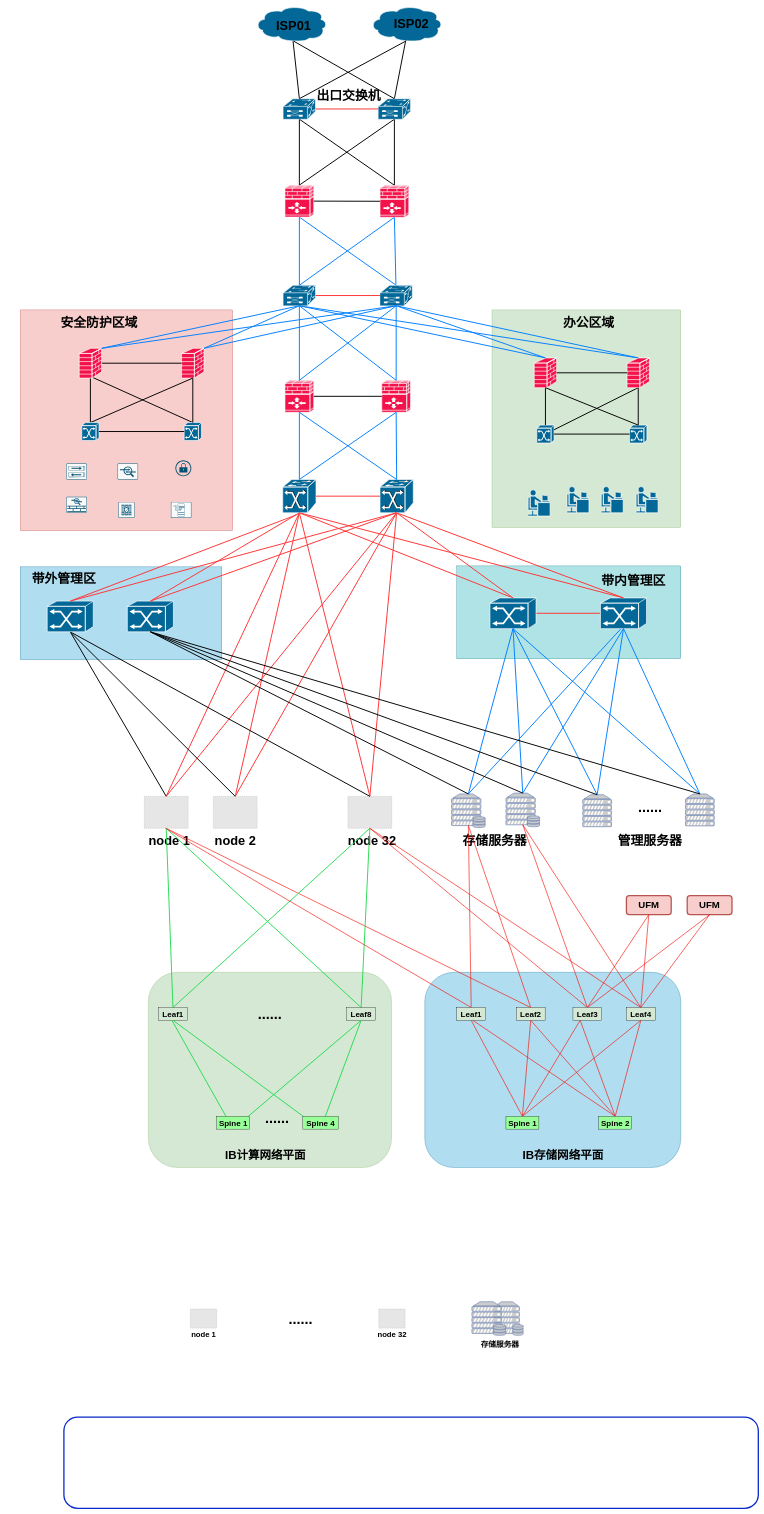
This is 数据中心组网-32nodes-包括IB整体组网 的副本.drawio from hel-2000/network-draw, a draw.io file, before an edit. Source tidied: cells renumbered, new cells numbered last; positions are measured from the earlier drawing's top-left corner, leaving out a move shared by most shapes. Both pictures are drawn from the tidied source at 32%, with x=0, y=0 at pixel (5, 6). Pictures stored in the file or linked from it are replaced by grey dashed boxes.
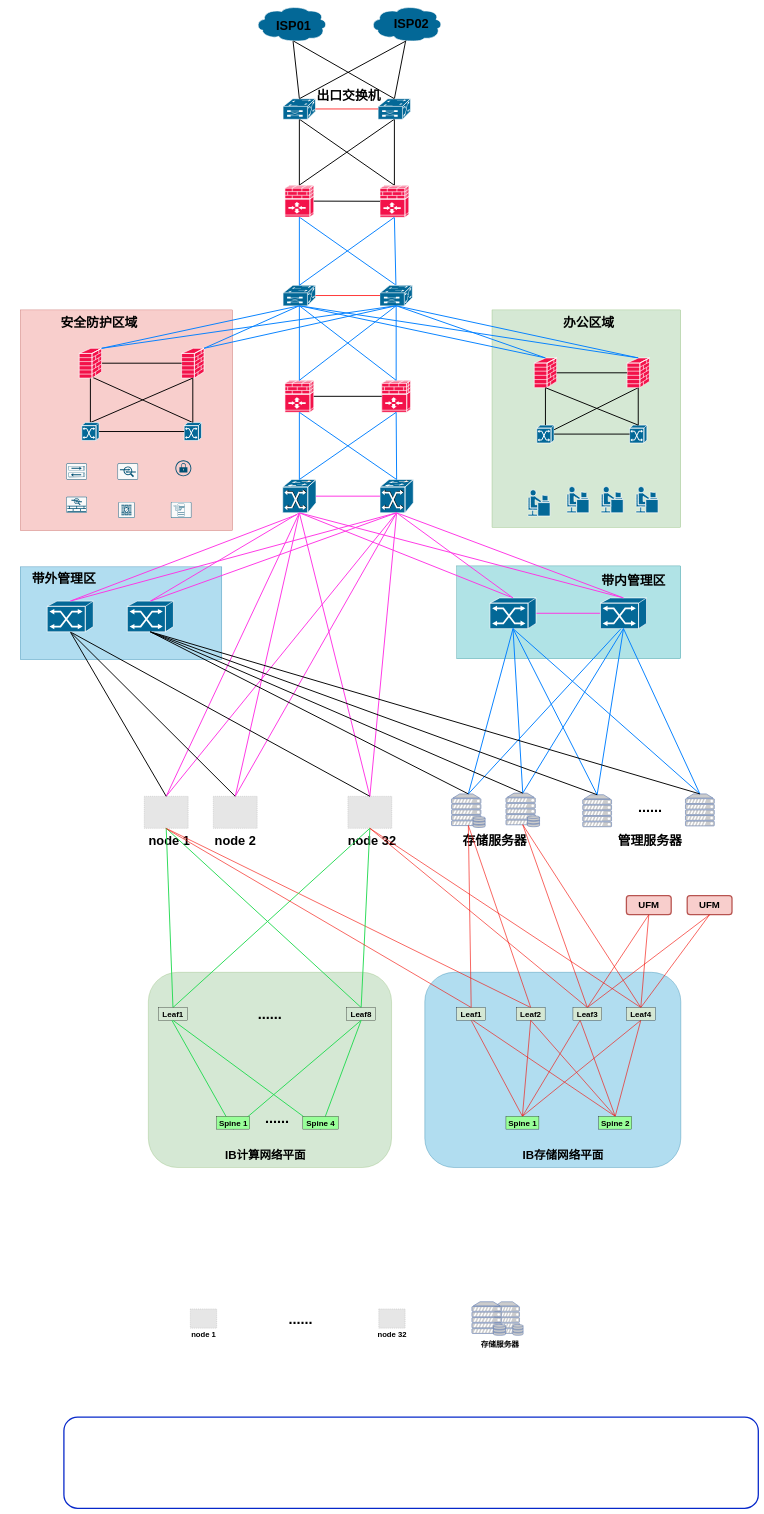
Above is the later version.

Commit message:
更新数据中心组网-32nodes-包括IB整体组网.drawio

The change refers to these unchanged cells:
```xml
<mxCell id="12" style="shape=mxgraph.cisco.switches.atm_fast_gigabit_etherswitch;sketch=0;html=1;dashed=0;fillColor=#036897;strokeColor=#ffffff;strokeWidth=2;verticalLabelPosition=bottom;verticalAlign=top;align=center;outlineConnect=0;" parent="1" vertex="1">
  <mxGeometry x="866" y="1480" width="104" height="104" as="geometry" />
</mxCell>
<mxCell id="22" style="shape=mxgraph.cisco.switches.atm_switch;sketch=0;html=1;dashed=0;fillColor=#036897;strokeColor=#ffffff;strokeWidth=2;verticalLabelPosition=bottom;verticalAlign=top;align=center;outlineConnect=0;" parent="1" vertex="1">
  <mxGeometry x="1513.6" y="1850" width="144" height="96" as="geometry" />
</mxCell>
<mxCell id="23" style="fillColor=#E6E6E6;strokeColor=#999999;dashed=1;verticalLabelPosition=bottom;verticalAlign=top;" parent="1" vertex="1">
  <mxGeometry x="649" y="2470" width="137.2" height="100" as="geometry" />
</mxCell>
<mxCell id="43" style="fillColor=#E6E6E6;strokeColor=#999999;dashed=1;verticalLabelPosition=bottom;verticalAlign=top;" parent="1" vertex="1">
  <mxGeometry x="1069.7" y="2470" width="137.2" height="100" as="geometry" />
</mxCell>
<mxCell id="60" style="shape=mxgraph.cisco.switches.atm_fast_gigabit_etherswitch;sketch=0;html=1;dashed=0;fillColor=#036897;strokeColor=#ffffff;strokeWidth=2;verticalLabelPosition=bottom;verticalAlign=top;align=center;outlineConnect=0;" parent="1" vertex="1">
  <mxGeometry x="1170" y="1480" width="104" height="104" as="geometry" />
</mxCell>
<mxCell id="61" style="shape=mxgraph.cisco.switches.atm_switch;sketch=0;html=1;dashed=0;fillColor=#036897;strokeColor=#ffffff;strokeWidth=2;verticalLabelPosition=bottom;verticalAlign=top;align=center;outlineConnect=0;" parent="1" vertex="1">
  <mxGeometry x="1858.9" y="1850" width="144" height="96" as="geometry" />
</mxCell>
<mxCell id="90" style="fillColor=#E6E6E6;strokeColor=#999999;dashed=1;verticalLabelPosition=bottom;verticalAlign=top;" parent="1" vertex="1">
  <mxGeometry x="433.3" y="2470" width="137.2" height="100" as="geometry" />
</mxCell>
<mxCell id="109" style="shape=mxgraph.cisco.switches.atm_switch;sketch=0;html=1;dashed=0;fillColor=#036897;strokeColor=#ffffff;strokeWidth=2;verticalLabelPosition=bottom;verticalAlign=top;align=center;outlineConnect=0;" parent="1" vertex="1">
  <mxGeometry x="130" y="1860" width="144" height="96" as="geometry" />
</mxCell>
<mxCell id="111" style="shape=mxgraph.cisco.switches.atm_switch;sketch=0;html=1;dashed=0;fillColor=#036897;strokeColor=#ffffff;strokeWidth=2;verticalLabelPosition=bottom;verticalAlign=top;align=center;outlineConnect=0;" parent="1" vertex="1">
  <mxGeometry x="380.4" y="1860" width="144" height="96" as="geometry" />
</mxCell>
```

Diff of the diagram source:
```diff
@@
-    <mxCell id="8" style="rounded=0;jettySize=auto;html=1;exitX=0.5;exitY=1;exitDx=0;exitDy=0;exitPerimeter=0;entryX=0.5;entryY=0;entryDx=0;entryDy=0;entryPerimeter=0;endArrow=none;strokeColor=#FF3333;strokeWidth=3;endFill=0;" parent="1" edge="1" source="12" target="22">
+    <mxCell id="8" style="rounded=0;jettySize=auto;html=1;exitX=0.5;exitY=1;exitDx=0;exitDy=0;exitPerimeter=0;entryX=0.5;entryY=0;entryDx=0;entryDy=0;entryPerimeter=0;endArrow=none;strokeColor=#ff33e4;strokeWidth=3;endFill=0;" parent="1" edge="1" source="12" target="22">
       <mxGeometry relative="1" as="geometry" />
     </mxCell>
-    <mxCell id="9" style="rounded=0;jettySize=auto;html=1;exitX=0.5;exitY=1;exitDx=0;exitDy=0;exitPerimeter=0;entryX=0.5;entryY=0;entryDx=0;entryDy=0;strokeColor=#FF3333;strokeWidth=3;endArrow=none;endFill=0;" parent="1" edge="1" source="12" target="90">
+    <mxCell id="9" style="rounded=0;jettySize=auto;html=1;exitX=0.5;exitY=1;exitDx=0;exitDy=0;exitPerimeter=0;entryX=0.5;entryY=0;entryDx=0;entryDy=0;strokeColor=#ff33e4;strokeWidth=3;endArrow=none;endFill=0;" parent="1" edge="1" source="12" target="90">
       <mxGeometry relative="1" as="geometry" />
     </mxCell>
-    <mxCell id="10" style="rounded=0;jettySize=auto;html=1;exitX=0.5;exitY=1;exitDx=0;exitDy=0;exitPerimeter=0;entryX=0.5;entryY=0;entryDx=0;entryDy=0;endArrow=none;strokeColor=#FF3333;strokeWidth=3;endFill=0;" parent="1" edge="1" source="12" target="23">
+    <mxCell id="10" style="rounded=0;jettySize=auto;html=1;exitX=0.5;exitY=1;exitDx=0;exitDy=0;exitPerimeter=0;entryX=0.5;entryY=0;entryDx=0;entryDy=0;endArrow=none;strokeColor=#ff33e4;strokeWidth=3;endFill=0;" parent="1" edge="1" source="12" target="23">
       <mxGeometry relative="1" as="geometry" />
     </mxCell>
-    <mxCell id="11" style="rounded=0;jettySize=auto;html=1;exitX=0.5;exitY=1;exitDx=0;exitDy=0;exitPerimeter=0;entryX=0.5;entryY=0;entryDx=0;entryDy=0;endArrow=none;strokeColor=#FF3333;strokeWidth=3;endFill=0;" parent="1" edge="1" source="12" target="43">
+    <mxCell id="11" style="rounded=0;jettySize=auto;html=1;exitX=0.5;exitY=1;exitDx=0;exitDy=0;exitPerimeter=0;entryX=0.5;entryY=0;entryDx=0;entryDy=0;endArrow=none;strokeColor=#ff33e4;strokeWidth=3;endFill=0;" parent="1" edge="1" source="12" target="43">
       <mxGeometry relative="1" as="geometry" />
     </mxCell>
@@
-    <mxCell id="21" style="edgeStyle=orthogonalEdgeStyle;rounded=0;jettySize=auto;html=1;exitX=1;exitY=0.5;exitDx=0;exitDy=0;exitPerimeter=0;endArrow=none;strokeColor=#FF3333;strokeWidth=3;endFill=0;" parent="1" edge="1" source="22" target="61">
+    <mxCell id="21" style="edgeStyle=orthogonalEdgeStyle;rounded=0;jettySize=auto;html=1;exitX=1;exitY=0.5;exitDx=0;exitDy=0;exitPerimeter=0;endArrow=none;strokeColor=#ff33e4;strokeWidth=3;endFill=0;" parent="1" edge="1" source="22" target="61">
       <mxGeometry relative="1" as="geometry" />
     </mxCell>
@@
-    <mxCell id="56" style="rounded=0;jettySize=auto;html=1;exitX=0.5;exitY=1;exitDx=0;exitDy=0;exitPerimeter=0;entryX=0.5;entryY=0;entryDx=0;entryDy=0;entryPerimeter=0;endArrow=none;strokeColor=#FF3333;strokeWidth=3;endFill=0;" parent="1" edge="1" source="60" target="61">
+    <mxCell id="56" style="rounded=0;jettySize=auto;html=1;exitX=0.5;exitY=1;exitDx=0;exitDy=0;exitPerimeter=0;entryX=0.5;entryY=0;entryDx=0;entryDy=0;entryPerimeter=0;endArrow=none;strokeColor=#ff33e4;strokeWidth=3;endFill=0;" parent="1" edge="1" source="60" target="61">
       <mxGeometry relative="1" as="geometry" />
     </mxCell>
-    <mxCell id="57" style="rounded=0;jettySize=auto;html=1;exitX=0.5;exitY=1;exitDx=0;exitDy=0;exitPerimeter=0;entryX=0.5;entryY=0;entryDx=0;entryDy=0;endArrow=none;strokeColor=#FF3333;strokeWidth=3;endFill=0;" parent="1" edge="1" source="60" target="90">
+    <mxCell id="57" style="rounded=0;jettySize=auto;html=1;exitX=0.5;exitY=1;exitDx=0;exitDy=0;exitPerimeter=0;entryX=0.5;entryY=0;entryDx=0;entryDy=0;endArrow=none;strokeColor=#ff33e4;strokeWidth=3;endFill=0;" parent="1" edge="1" source="60" target="90">
       <mxGeometry relative="1" as="geometry" />
     </mxCell>
-    <mxCell id="58" style="rounded=0;jettySize=auto;html=1;exitX=0.5;exitY=1;exitDx=0;exitDy=0;exitPerimeter=0;entryX=0.5;entryY=0;entryDx=0;entryDy=0;endArrow=none;strokeColor=#FF3333;strokeWidth=3;endFill=0;" parent="1" edge="1" source="60" target="23">
+    <mxCell id="58" style="rounded=0;jettySize=auto;html=1;exitX=0.5;exitY=1;exitDx=0;exitDy=0;exitPerimeter=0;entryX=0.5;entryY=0;entryDx=0;entryDy=0;endArrow=none;strokeColor=#ff33e4;strokeWidth=3;endFill=0;" parent="1" edge="1" source="60" target="23">
       <mxGeometry relative="1" as="geometry" />
     </mxCell>
-    <mxCell id="59" style="rounded=0;jettySize=auto;html=1;exitX=0.5;exitY=1;exitDx=0;exitDy=0;exitPerimeter=0;entryX=0.5;entryY=0;entryDx=0;entryDy=0;endArrow=none;strokeColor=#FF3333;strokeWidth=3;endFill=0;" parent="1" edge="1" source="60" target="43">
+    <mxCell id="59" style="rounded=0;jettySize=auto;html=1;exitX=0.5;exitY=1;exitDx=0;exitDy=0;exitPerimeter=0;entryX=0.5;entryY=0;entryDx=0;entryDy=0;endArrow=none;strokeColor=#ff33e4;strokeWidth=3;endFill=0;" parent="1" edge="1" source="60" target="43">
       <mxGeometry relative="1" as="geometry" />
     </mxCell>
@@
-    <mxCell id="76" style="rounded=0;jettySize=auto;html=1;exitX=1;exitY=0.5;exitDx=0;exitDy=0;exitPerimeter=0;entryX=0;entryY=0.5;entryDx=0;entryDy=0;entryPerimeter=0;endArrow=none;strokeColor=#FF3333;strokeWidth=3;endFill=0;" parent="1" edge="1" source="12" target="60">
+    <mxCell id="76" style="rounded=0;jettySize=auto;html=1;exitX=1;exitY=0.5;exitDx=0;exitDy=0;exitPerimeter=0;entryX=0;entryY=0.5;entryDx=0;entryDy=0;entryPerimeter=0;endArrow=none;strokeColor=#ff33e4;strokeWidth=3;endFill=0;" parent="1" edge="1" source="12" target="60">
       <mxGeometry relative="1" as="geometry" />
     </mxCell>
@@
-    <mxCell id="97" style="rounded=0;jettySize=auto;html=1;exitX=0.5;exitY=1;exitDx=0;exitDy=0;exitPerimeter=0;entryX=0.5;entryY=0;entryDx=0;entryDy=0;entryPerimeter=0;endArrow=none;strokeColor=#FF3333;strokeWidth=3;endFill=0;" parent="1" edge="1" source="12" target="61">
+    <mxCell id="97" style="rounded=0;jettySize=auto;html=1;exitX=0.5;exitY=1;exitDx=0;exitDy=0;exitPerimeter=0;entryX=0.5;entryY=0;entryDx=0;entryDy=0;entryPerimeter=0;endArrow=none;strokeColor=#ff33e4;strokeWidth=3;endFill=0;" parent="1" edge="1" source="12" target="61">
       <mxGeometry relative="1" as="geometry" />
     </mxCell>
-    <mxCell id="98" style="rounded=0;jettySize=auto;html=1;exitX=0.5;exitY=1;exitDx=0;exitDy=0;exitPerimeter=0;entryX=0.5;entryY=0;entryDx=0;entryDy=0;entryPerimeter=0;endArrow=none;strokeColor=#FF3333;strokeWidth=3;endFill=0;" parent="1" edge="1" source="60" target="22">
+    <mxCell id="98" style="rounded=0;jettySize=auto;html=1;exitX=0.5;exitY=1;exitDx=0;exitDy=0;exitPerimeter=0;entryX=0.5;entryY=0;entryDx=0;entryDy=0;entryPerimeter=0;endArrow=none;strokeColor=#ff33e4;strokeWidth=3;endFill=0;" parent="1" edge="1" source="60" target="22">
       <mxGeometry relative="1" as="geometry" />
     </mxCell>
@@
-    <mxCell id="105" style="rounded=0;jettySize=auto;html=1;exitX=0.5;exitY=0;exitDx=0;exitDy=0;exitPerimeter=0;endArrow=none;strokeColor=#FF3333;strokeWidth=3;endFill=0;" parent="1" edge="1" source="109">
+    <mxCell id="105" style="rounded=0;jettySize=auto;html=1;exitX=0.5;exitY=0;exitDx=0;exitDy=0;exitPerimeter=0;endArrow=none;strokeColor=#ff33e4;strokeWidth=3;endFill=0;" parent="1" edge="1" source="109">
       <mxGeometry relative="1" as="geometry">
         <mxPoint x="910" y="1590" as="targetPoint" />
       </mxGeometry>
     </mxCell>
@@
-    <mxCell id="112" style="rounded=0;jettySize=auto;html=1;exitX=0.5;exitY=0;exitDx=0;exitDy=0;exitPerimeter=0;entryX=0.5;entryY=1;entryDx=0;entryDy=0;entryPerimeter=0;endArrow=none;strokeColor=#FF3333;strokeWidth=3;endFill=0;" parent="1" edge="1" source="109" target="60">
+    <mxCell id="112" style="rounded=0;jettySize=auto;html=1;exitX=0.5;exitY=0;exitDx=0;exitDy=0;exitPerimeter=0;entryX=0.5;entryY=1;entryDx=0;entryDy=0;entryPerimeter=0;endArrow=none;strokeColor=#ff33e4;strokeWidth=3;endFill=0;" parent="1" edge="1" source="109" target="60">
       <mxGeometry relative="1" as="geometry" />
     </mxCell>
-    <mxCell id="113" style="rounded=0;jettySize=auto;html=1;exitX=0.5;exitY=0;exitDx=0;exitDy=0;exitPerimeter=0;entryX=0.5;entryY=1;entryDx=0;entryDy=0;entryPerimeter=0;endArrow=none;strokeColor=#FF3333;strokeWidth=3;endFill=0;" parent="1" edge="1" source="111" target="12">
+    <mxCell id="113" style="rounded=0;jettySize=auto;html=1;exitX=0.5;exitY=0;exitDx=0;exitDy=0;exitPerimeter=0;entryX=0.5;entryY=1;entryDx=0;entryDy=0;entryPerimeter=0;endArrow=none;strokeColor=#ff33e4;strokeWidth=3;endFill=0;" parent="1" edge="1" source="111" target="12">
       <mxGeometry relative="1" as="geometry" />
     </mxCell>
-    <mxCell id="114" style="rounded=0;jettySize=auto;html=1;exitX=0.5;exitY=0;exitDx=0;exitDy=0;exitPerimeter=0;entryX=0.5;entryY=1;entryDx=0;entryDy=0;entryPerimeter=0;endArrow=none;strokeColor=#FF3333;strokeWidth=3;endFill=0;" parent="1" edge="1" source="111" target="60">
+    <mxCell id="114" style="rounded=0;jettySize=auto;html=1;exitX=0.5;exitY=0;exitDx=0;exitDy=0;exitPerimeter=0;entryX=0.5;entryY=1;entryDx=0;entryDy=0;entryPerimeter=0;endArrow=none;strokeColor=#ff33e4;strokeWidth=3;endFill=0;" parent="1" edge="1" source="111" target="60">
       <mxGeometry relative="1" as="geometry" />
     </mxCell>
```
